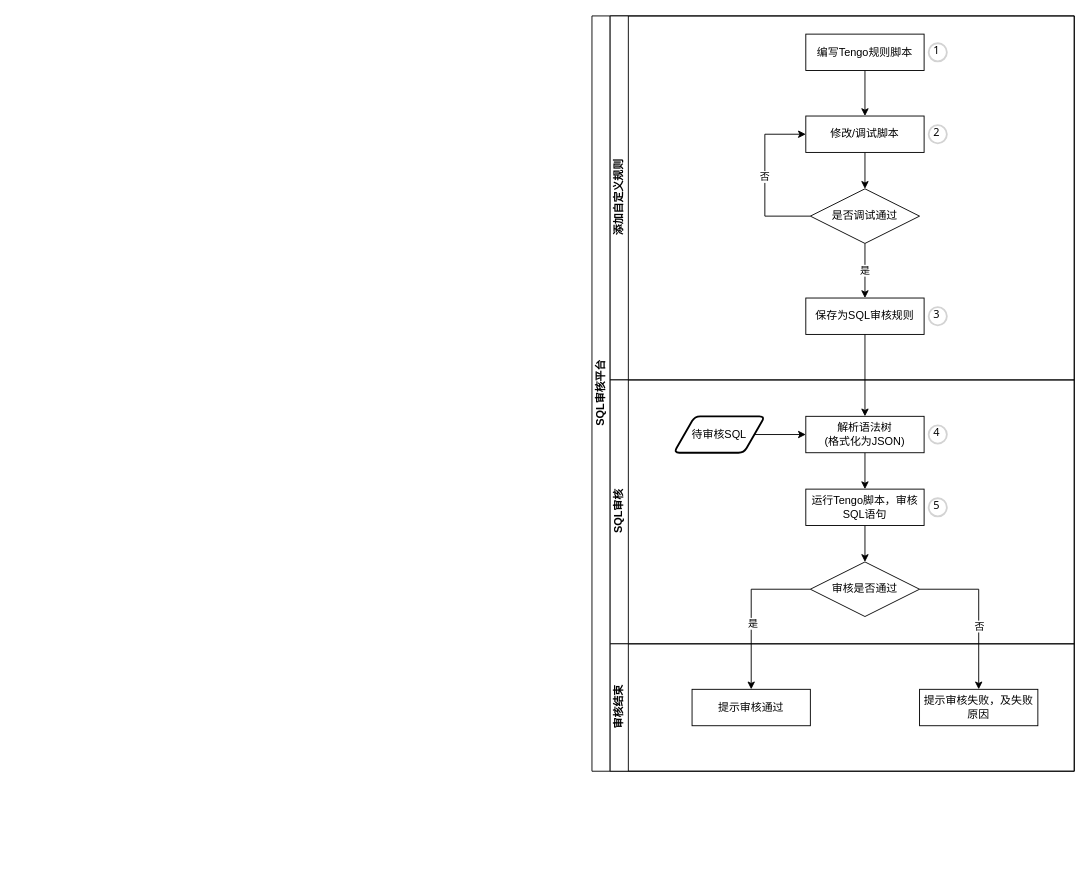
This is tengo-rule.drawio from ColdWaterLW/drawio, a draw.io file, before an edit. Source tidied: cells renumbered, new cells numbered last; positions are measured from the earlier drawing's top-left corner, leaving out a move shared by most shapes. Both pictures are drawn from the tidied source at 91%, with x=0, y=0 at pixel (592, 15).
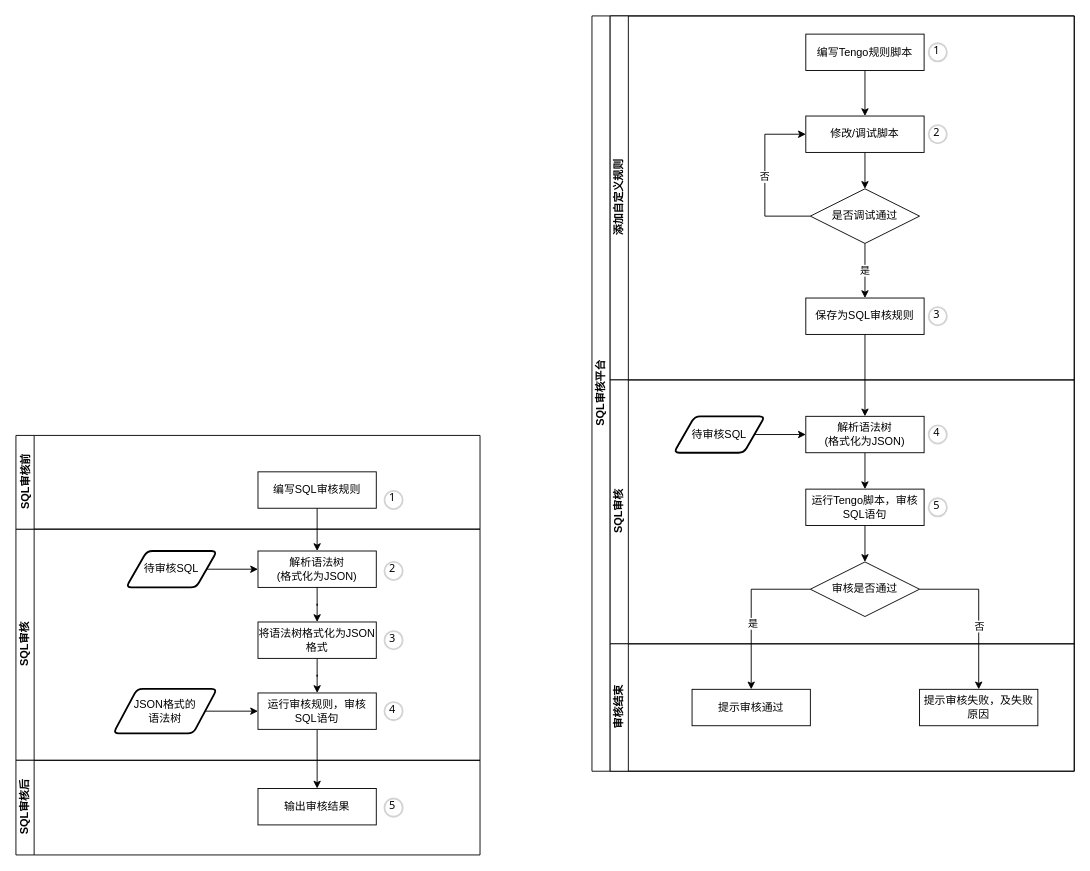
After the change.

The edit, as a diff of the source:
```diff
@@
+    <mxCell id="33" value="输出审核结果" style="rounded=0;whiteSpace=wrap;html=1;fontFamily=Helvetica;fontSize=12;fontColor=#000000;align=center;" parent="1" vertex="1">
+      <mxGeometry x="-367" y="849" width="130" height="40" as="geometry" />
+    </mxCell>
+    <mxCell id="34" style="edgeStyle=orthogonalEdgeStyle;rounded=0;jettySize=auto;html=1;entryX=0.5;entryY=0;entryDx=0;entryDy=0;" parent="1" edge="1" source="42" target="33">
+      <mxGeometry relative="1" as="geometry" />
+    </mxCell>
+    <mxCell id="35" value="编写SQL审核规则" style="rounded=0;whiteSpace=wrap;html=1;fontFamily=Helvetica;fontSize=12;fontColor=#000000;align=center;" parent="1" vertex="1">
+      <mxGeometry x="-367" y="501" width="130" height="40" as="geometry" />
+    </mxCell>
+    <mxCell id="36" style="edgeStyle=orthogonalEdgeStyle;rounded=0;jettySize=auto;html=1;entryX=0.5;entryY=0;entryDx=0;entryDy=0;" parent="1" edge="1" source="35" target="41">
+      <mxGeometry relative="1" as="geometry" />
+    </mxCell>
+    <mxCell id="37" value="SQL审核" style="swimlane;html=1;startSize=20;horizontal=0;" parent="1" vertex="1">
+      <mxGeometry x="-633" y="564" width="510" height="254" as="geometry" />
+    </mxCell>
+    <mxCell id="38" value="3" style="ellipse;whiteSpace=wrap;html=1;strokeWidth=2;fontFamily=Tahoma;spacingBottom=4;spacingRight=2;strokeColor=#d3d3d3;" parent="37" vertex="1">
+      <mxGeometry x="405" y="112" width="20" height="20" as="geometry" />
+    </mxCell>
+    <mxCell id="39" value="4" style="ellipse;whiteSpace=wrap;html=1;strokeWidth=2;fontFamily=Tahoma;spacingBottom=4;spacingRight=2;strokeColor=#d3d3d3;" parent="37" vertex="1">
+      <mxGeometry x="405" y="190" width="20" height="20" as="geometry" />
+    </mxCell>
+    <mxCell id="40" value="待审核SQL" style="shape=parallelogram;html=1;strokeWidth=2;perimeter=parallelogramPerimeter;whiteSpace=wrap;rounded=1;arcSize=12;size=0.23;" parent="1" vertex="1">
+      <mxGeometry x="-512" y="588" width="100" height="40" as="geometry" />
+    </mxCell>
+    <mxCell id="41" value="解析语法树&lt;br&gt;(格式化为JSON)" style="rounded=0;whiteSpace=wrap;html=1;fontFamily=Helvetica;fontSize=12;fontColor=#000000;align=center;" parent="1" vertex="1">
+      <mxGeometry x="-367" y="588" width="130" height="40" as="geometry" />
+    </mxCell>
+    <mxCell id="42" value="运行审核规则，审核SQL语句" style="rounded=0;whiteSpace=wrap;html=1;fontFamily=Helvetica;fontSize=12;fontColor=#000000;align=center;" parent="1" vertex="1">
+      <mxGeometry x="-367" y="744" width="130" height="40" as="geometry" />
+    </mxCell>
+    <mxCell id="43" style="edgeStyle=orthogonalEdgeStyle;rounded=0;jettySize=auto;html=1;" parent="1" edge="1" source="40" target="41">
+      <mxGeometry relative="1" as="geometry" />
+    </mxCell>
+    <mxCell id="44" style="edgeStyle=orthogonalEdgeStyle;rounded=0;jettySize=auto;html=1;" parent="1" edge="1" source="45" target="42">
+      <mxGeometry relative="1" as="geometry" />
+    </mxCell>
+    <mxCell id="45" value="将语法树格式化为JSON格式" style="rounded=0;whiteSpace=wrap;html=1;fontFamily=Helvetica;fontSize=12;fontColor=#000000;align=center;" parent="1" vertex="1">
+      <mxGeometry x="-367" y="666" width="130" height="40" as="geometry" />
+    </mxCell>
+    <mxCell id="46" style="edgeStyle=orthogonalEdgeStyle;rounded=0;jettySize=auto;html=1;entryX=0.5;entryY=0;entryDx=0;entryDy=0;" parent="1" edge="1" source="41" target="45">
+      <mxGeometry relative="1" as="geometry" />
+    </mxCell>
+    <mxCell id="47" style="edgeStyle=orthogonalEdgeStyle;rounded=0;jettySize=auto;html=1;exitX=1;exitY=0.5;exitDx=0;exitDy=0;" parent="1" edge="1" source="50" target="42">
+      <mxGeometry relative="1" as="geometry" />
+    </mxCell>
+    <mxCell id="48" value="1" style="ellipse;whiteSpace=wrap;html=1;strokeWidth=2;fontFamily=Tahoma;spacingBottom=4;spacingRight=2;strokeColor=#d3d3d3;" parent="1" vertex="1">
+      <mxGeometry x="-228" y="522" width="20" height="20" as="geometry" />
+    </mxCell>
+    <mxCell id="49" value="2" style="ellipse;whiteSpace=wrap;html=1;strokeWidth=2;fontFamily=Tahoma;spacingBottom=4;spacingRight=2;strokeColor=#d3d3d3;" parent="1" vertex="1">
+      <mxGeometry x="-228" y="600" width="20" height="20" as="geometry" />
+    </mxCell>
+    <mxCell id="50" value="JSON格式的&lt;br&gt;语法树" style="shape=parallelogram;html=1;strokeWidth=2;perimeter=parallelogramPerimeter;whiteSpace=wrap;rounded=1;arcSize=12;size=0.23;" parent="1" vertex="1">
+      <mxGeometry x="-526" y="739.5" width="114" height="49" as="geometry" />
+    </mxCell>
+    <mxCell id="51" value="SQL审核后" style="swimlane;html=1;startSize=20;horizontal=0;" parent="1" vertex="1">
+      <mxGeometry x="-633" y="818" width="510" height="104" as="geometry" />
+    </mxCell>
+    <mxCell id="52" value="5" style="ellipse;whiteSpace=wrap;html=1;strokeWidth=2;fontFamily=Tahoma;spacingBottom=4;spacingRight=2;strokeColor=#d3d3d3;" parent="51" vertex="1">
+      <mxGeometry x="405" y="42" width="20" height="20" as="geometry" />
+    </mxCell>
+    <mxCell id="53" value="SQL审核前" style="swimlane;html=1;startSize=20;horizontal=0;" parent="1" vertex="1">
+      <mxGeometry x="-633" y="461" width="510" height="103" as="geometry" />
+    </mxCell>
```
